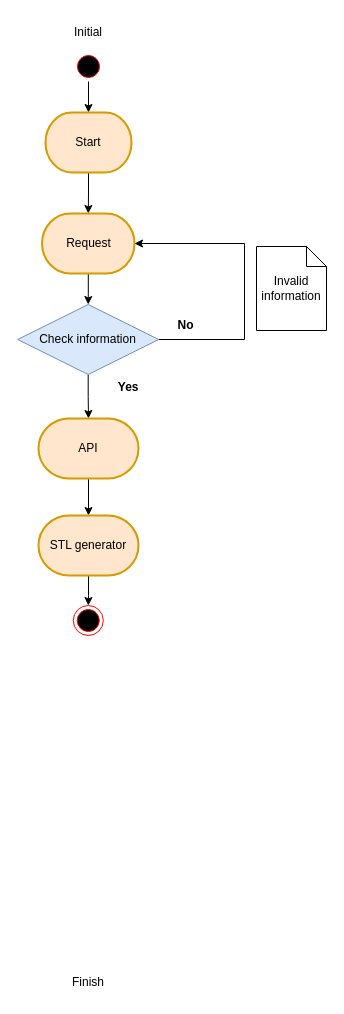
The draw.io diagram activityDiagram.drawio in katrineah/MAS417_project, before the edit. Source tidied: cells renumbered, new cells numbered last; positions are measured from the earlier drawing's top-left corner, leaving out a move shared by most shapes. Both pictures are drawn from the tidied source at 100%, with x=0, y=0 at pixel (17, 17).
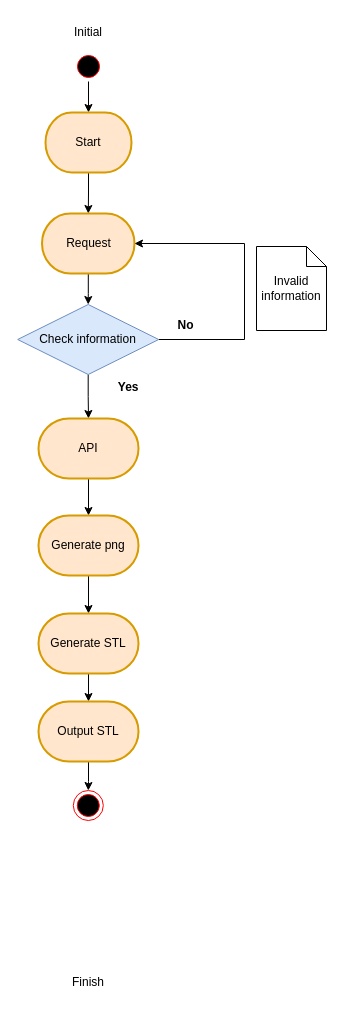
The same diagram, later.

Commit message:
Corrected activity diagram

The edit, as a diff of the source:
```diff
@@
-    <mxCell id="14" style="edgeStyle=orthogonalEdgeStyle;rounded=0;jettySize=auto;html=1;" parent="1" edge="1" source="15" target="16">
-      <mxGeometry relative="1" as="geometry" />
-    </mxCell>
+    <mxCell id="21" style="edgeStyle=orthogonalEdgeStyle;rounded=0;jettySize=auto;html=1;" parent="1" edge="1" source="15" target="23">
+      <mxGeometry relative="1" as="geometry" />
+    </mxCell>
-    <mxCell id="15" value="STL generator" style="strokeWidth=2;html=1;shape=mxgraph.flowchart.terminator;whiteSpace=wrap;fillColor=#ffe6cc;strokeColor=#d79b00;" parent="1" vertex="1">
+    <mxCell id="15" value="Generate png" style="strokeWidth=2;html=1;shape=mxgraph.flowchart.terminator;whiteSpace=wrap;fillColor=#ffe6cc;strokeColor=#d79b00;" parent="1" vertex="1">
       <mxGeometry x="21" y="498" width="100" height="60" as="geometry" />
     </mxCell>
     <mxCell id="16" style="ellipse;html=1;shape=endState;fillColor=#000000;strokeColor=#ff0000;" parent="1" vertex="1">
-      <mxGeometry x="55.8" y="588" width="30" height="30" as="geometry" />
+      <mxGeometry x="55.8" y="773" width="30" height="30" as="geometry" />
     </mxCell>
@@
+    <mxCell id="22" style="edgeStyle=orthogonalEdgeStyle;rounded=0;jettySize=auto;html=1;" parent="1" edge="1" source="23" target="25">
+      <mxGeometry relative="1" as="geometry" />
+    </mxCell>
+    <mxCell id="23" value="Generate STL" style="strokeWidth=2;html=1;shape=mxgraph.flowchart.terminator;whiteSpace=wrap;fillColor=#ffe6cc;strokeColor=#d79b00;" parent="1" vertex="1">
+      <mxGeometry x="21" y="596" width="100" height="60" as="geometry" />
+    </mxCell>
+    <mxCell id="24" style="edgeStyle=orthogonalEdgeStyle;rounded=0;jettySize=auto;html=1;" parent="1" edge="1" source="25" target="16">
+      <mxGeometry relative="1" as="geometry" />
+    </mxCell>
+    <mxCell id="25" value="Output STL" style="strokeWidth=2;html=1;shape=mxgraph.flowchart.terminator;whiteSpace=wrap;fillColor=#ffe6cc;strokeColor=#d79b00;" parent="1" vertex="1">
+      <mxGeometry x="21" y="684" width="100" height="60" as="geometry" />
+    </mxCell>
```
